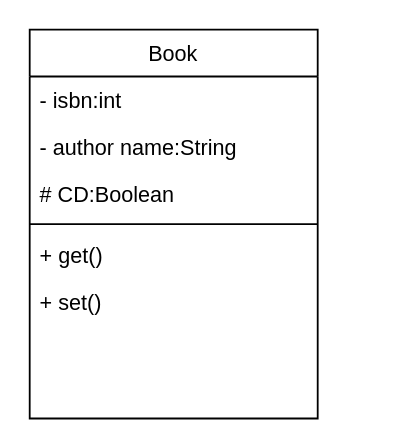
Earlier version of the draw.io diagram Q2.drawio (ainulraheem/Week2ClassDiagram). Source tidied: cells renumbered, new cells numbered last; positions are measured from the earlier drawing's top-left corner, leaving out a move shared by most shapes. Both pictures are drawn from the tidied source at 180%, with x=0, y=0 at pixel (29, 29).
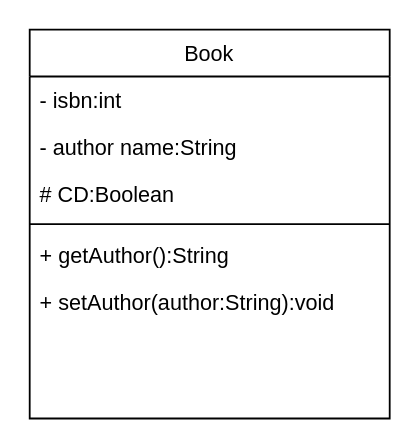
The same page after the edit.

The edit, as a diff of the source:
```diff
@@
 <mxGraphModel>
   <root>
     <mxCell id="0" />
     <mxCell id="1" parent="0" />
     <mxCell id="2" value="Book" style="swimlane;fontStyle=0;align=center;verticalAlign=top;horizontal=1;startSize=26;rounded=0;shadow=0;strokeWidth=1;" parent="1" vertex="1">
-      <mxGeometry width="160" height="216" as="geometry" />
+      <mxGeometry width="200" height="216" as="geometry" />
     </mxCell>
     <mxCell id="3" value="- isbn:int" style="text;align=left;verticalAlign=top;spacingLeft=4;spacingRight=4;overflow=hidden;" parent="2" vertex="1">
-      <mxGeometry y="26" width="160" height="26" as="geometry" />
+      <mxGeometry y="26" width="200" height="26" as="geometry" />
     </mxCell>
     <mxCell id="4" value="- author name:String" style="text;align=left;verticalAlign=top;spacingLeft=4;spacingRight=4;overflow=hidden;rounded=0;shadow=0;html=0;" parent="2" vertex="1">
-      <mxGeometry y="52" width="160" height="26" as="geometry" />
+      <mxGeometry y="52" width="200" height="26" as="geometry" />
     </mxCell>
     <mxCell id="5" value="# CD:Boolean" style="text;align=left;verticalAlign=top;spacingLeft=4;spacingRight=4;overflow=hidden;rounded=0;shadow=0;html=0;" parent="2" vertex="1">
-      <mxGeometry y="78" width="160" height="26" as="geometry" />
+      <mxGeometry y="78" width="200" height="26" as="geometry" />
     </mxCell>
     <mxCell id="6" style="line;html=1;strokeWidth=1;align=left;verticalAlign=middle;spacingTop=-1;spacingLeft=3;spacingRight=3;labelPosition=right;" parent="2" vertex="1">
-      <mxGeometry y="104" width="160" height="8" as="geometry" />
+      <mxGeometry y="104" width="200" height="8" as="geometry" />
     </mxCell>
-    <mxCell id="7" value="+ get()" style="text;align=left;verticalAlign=top;spacingLeft=4;spacingRight=4;overflow=hidden;" parent="2" vertex="1">
-      <mxGeometry y="112" width="160" height="26" as="geometry" />
+    <mxCell id="7" value="+ getAuthor():String" style="text;align=left;verticalAlign=top;spacingLeft=4;spacingRight=4;overflow=hidden;" parent="2" vertex="1">
+      <mxGeometry y="112" width="200" height="26" as="geometry" />
     </mxCell>
-    <mxCell id="8" value="+ set()" style="text;align=left;verticalAlign=top;spacingLeft=4;spacingRight=4;overflow=hidden;" parent="2" vertex="1">
-      <mxGeometry y="138" width="160" height="26" as="geometry" />
+    <mxCell id="8" value="+ setAuthor(author:String):void" style="text;align=left;verticalAlign=top;spacingLeft=4;spacingRight=4;overflow=hidden;" parent="2" vertex="1">
+      <mxGeometry y="138" width="200" height="26" as="geometry" />
     </mxCell>
   </root>
 </mxGraphModel>
```
